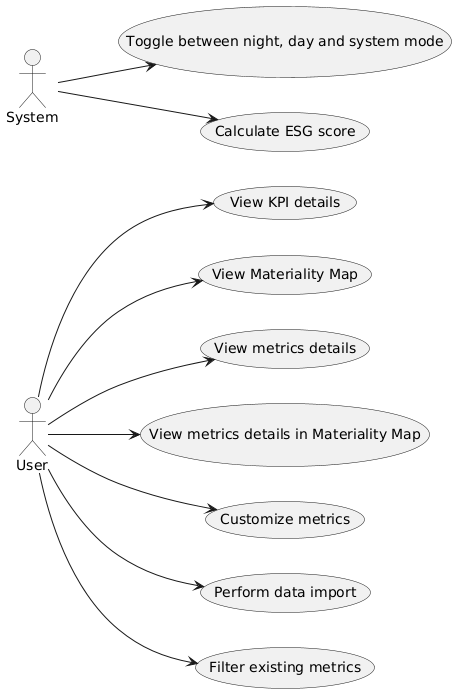
Above: frontmatter/assets/diagrams/Scenario View/Scenario_View.png in matilde-varela/ISEP-PESTI-Report-2025 (PlantUML), before the change.
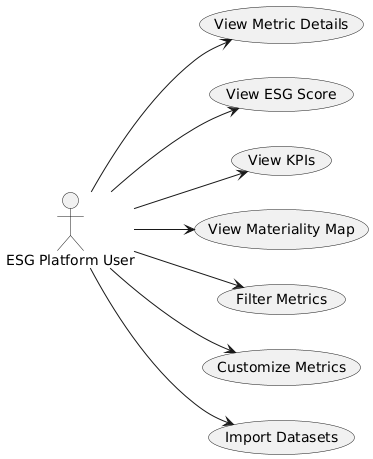
After the change.

Diff of the diagram source:
```diff
@@ -1,19 +1,13 @@
 @startuml
-
 left to right direction
 
-actor "User" as User
-actor "System" as System
+"ESG Platform User" as User
 
-User --> (View KPI details)
+User --> (View Metric Details)
+User --> (View ESG Score)
+User --> (View KPIs)
 User --> (View Materiality Map)
-User --> (View metrics details)
-
-User --> (View metrics details in Materiality Map)
-User --> (Customize metrics)
-User --> (Perform data import)
-User --> (Filter existing metrics)
-
-System --> (Toggle between night, day and system mode)
-System --> (Calculate ESG score)
+User --> (Filter Metrics)
+User --> (Customize Metrics)
+User --> (Import Datasets)
 @enduml
```
